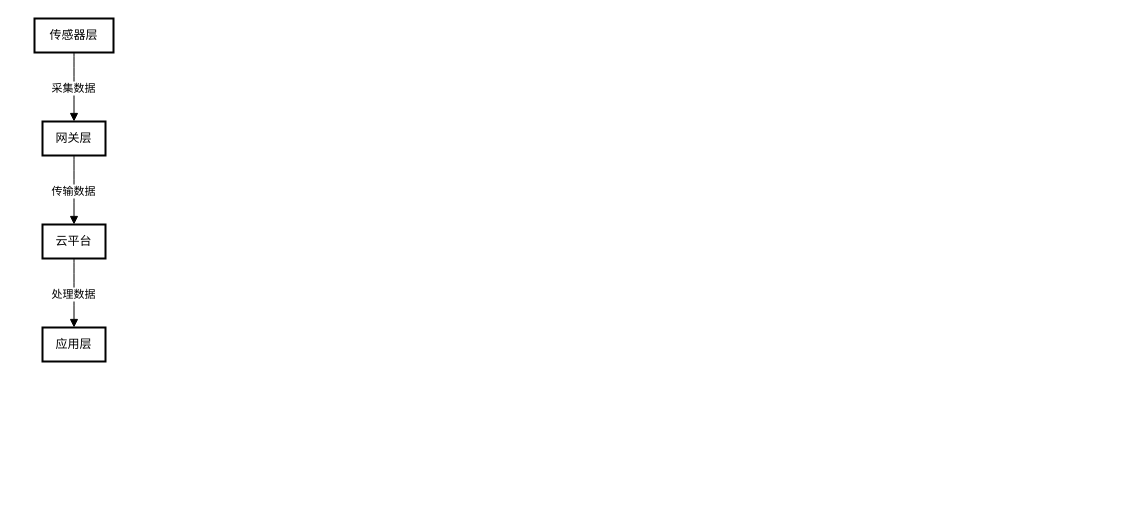
The draw.io diagram IOT分层架构.drawio in Rain-ziyu/img, before the edit. Source tidied: cells renumbered, new cells numbered last; positions are measured from the earlier drawing's top-left corner, leaving out a move shared by most shapes. Both pictures are drawn from the tidied source at 100%, with x=0, y=0 at pixel (34, 18).
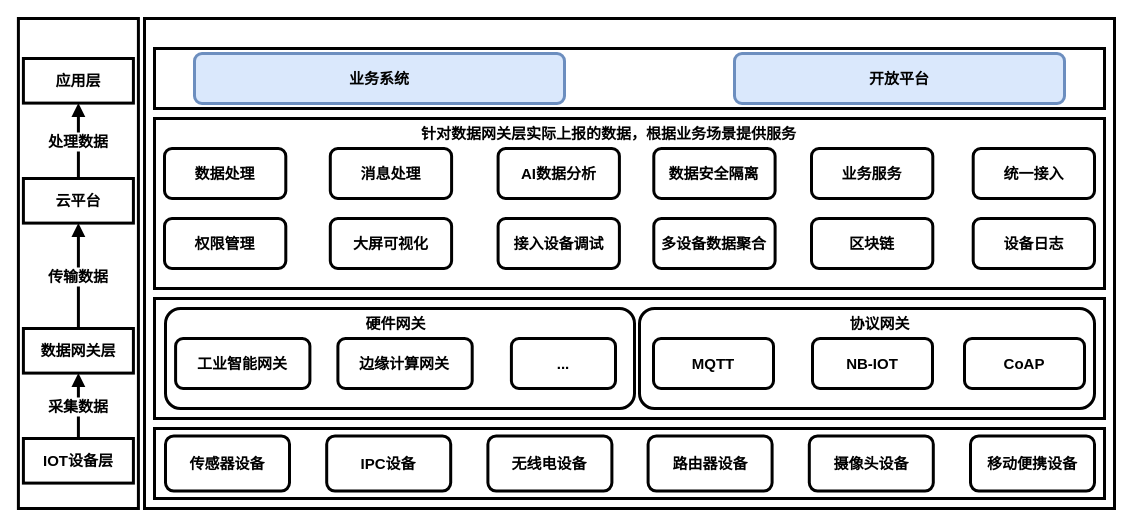
Above is the later version.

Commit message:
更新IOT分层架构.drawio

The edit, as a diff of the source:
```diff
@@
+    <mxCell id="9" style="rounded=0;whiteSpace=wrap;html=1;fontSize=15;fontStyle=1;strokeWidth=3;" parent="1" vertex="1">
+      <mxGeometry x="110" width="970" height="490" as="geometry" />
+    </mxCell>
+    <mxCell id="10" style="group;fontSize=15;fontStyle=1;strokeWidth=3;" parent="1" vertex="1">
+      <mxGeometry x="-16.1" width="120" height="490" as="geometry" />
+    </mxCell>
+    <mxCell id="11" style="rounded=0;whiteSpace=wrap;html=1;fontSize=15;fontStyle=1;strokeWidth=3;" parent="10" vertex="1">
+      <mxGeometry width="120" height="490" as="geometry" />
+    </mxCell>
-    <mxCell id="2" value="传感器层" style="whiteSpace=wrap;strokeWidth=2;" parent="1" vertex="1">
-      <mxGeometry width="79" height="34" as="geometry" />
+    <mxCell id="2" value="IOT设备层" style="whiteSpace=wrap;strokeWidth=3;fontSize=15;fontStyle=1;" parent="10" vertex="1">
+      <mxGeometry x="5" y="420" width="110" height="44.6" as="geometry" />
     </mxCell>
-    <mxCell id="3" value="网关层" style="whiteSpace=wrap;strokeWidth=2;" parent="1" vertex="1">
-      <mxGeometry x="8" y="103" width="63" height="34" as="geometry" />
+    <mxCell id="3" value="数据网关层" style="whiteSpace=wrap;strokeWidth=3;fontSize=15;fontStyle=1;" parent="10" vertex="1">
+      <mxGeometry x="5" y="310" width="110" height="44.6" as="geometry" />
     </mxCell>
-    <mxCell id="4" value="云平台" style="whiteSpace=wrap;strokeWidth=2;" parent="1" vertex="1">
-      <mxGeometry x="8" y="206" width="63" height="34" as="geometry" />
+    <mxCell id="4" value="云平台" style="whiteSpace=wrap;strokeWidth=3;fontSize=15;fontStyle=1;" parent="10" vertex="1">
+      <mxGeometry x="5" y="160" width="110" height="44.6" as="geometry" />
     </mxCell>
-    <mxCell id="5" value="应用层" style="whiteSpace=wrap;strokeWidth=2;" parent="1" vertex="1">
-      <mxGeometry x="8" y="309" width="63" height="34" as="geometry" />
+    <mxCell id="5" value="应用层" style="whiteSpace=wrap;strokeWidth=3;fontSize=15;fontStyle=1;" parent="10" vertex="1">
+      <mxGeometry x="5" y="40" width="110" height="44.6" as="geometry" />
     </mxCell>
-    <mxCell id="6" value="采集数据" style="curved=1;startArrow=none;endArrow=block;exitX=0.5;exitY=1;entryX=0.5;entryY=0;" parent="1" edge="1" source="2" target="3">
+    <mxCell id="6" value="采集数据" style="curved=1;startArrow=none;endArrow=block;exitX=0.5;exitY=0;exitDx=0;exitDy=0;entryX=0.5;entryY=1;entryDx=0;entryDy=0;fontSize=15;fontStyle=1;strokeWidth=3;" parent="10" edge="1" source="2" target="3">
       <mxGeometry relative="1" as="geometry" />
     </mxCell>
-    <mxCell id="7" value="传输数据" style="curved=1;startArrow=none;endArrow=block;exitX=0.5;exitY=1;entryX=0.5;entryY=0;" parent="1" edge="1" source="3" target="4">
+    <mxCell id="7" value="传输数据" style="curved=1;startArrow=none;endArrow=block;entryX=0.5;entryY=1;entryDx=0;entryDy=0;exitX=0.5;exitY=0;exitDx=0;exitDy=0;fontSize=15;fontStyle=1;strokeWidth=3;" parent="10" edge="1" source="3" target="4">
       <mxGeometry relative="1" as="geometry" />
     </mxCell>
-    <mxCell id="8" value="处理数据" style="curved=1;startArrow=none;endArrow=block;exitX=0.5;exitY=1;entryX=0.5;entryY=0;" parent="1" edge="1" source="4" target="5">
+    <mxCell id="8" value="处理数据" style="curved=1;startArrow=none;endArrow=block;entryX=0.5;entryY=1;entryDx=0;entryDy=0;exitX=0.5;exitY=0;exitDx=0;exitDy=0;fontSize=15;fontStyle=1;strokeWidth=3;" parent="10" edge="1" source="4" target="5">
       <mxGeometry relative="1" as="geometry" />
     </mxCell>
+    <mxCell id="12" style="rounded=0;whiteSpace=wrap;html=1;fontSize=15;fontStyle=1;strokeWidth=3;" parent="1" vertex="1">
+      <mxGeometry x="120" y="30" width="950" height="60" as="geometry" />
+    </mxCell>
+    <mxCell id="13" style="rounded=0;whiteSpace=wrap;html=1;fontSize=15;fontStyle=1;strokeWidth=3;" parent="1" vertex="1">
+      <mxGeometry x="120" y="100" width="950" height="170" as="geometry" />
+    </mxCell>
+    <mxCell id="14" value="业务系统" style="rounded=1;whiteSpace=wrap;html=1;fillColor=#dae8fc;strokeColor=#6c8ebf;fontSize=15;fontStyle=1;strokeWidth=3;" parent="1" vertex="1">
+      <mxGeometry x="160" y="35" width="370" height="50" as="geometry" />
+    </mxCell>
+    <mxCell id="15" value="开放平台" style="rounded=1;whiteSpace=wrap;html=1;fillColor=#dae8fc;strokeColor=#6c8ebf;fontSize=15;fontStyle=1;strokeWidth=3;" parent="1" vertex="1">
+      <mxGeometry x="700" y="35" width="330" height="50" as="geometry" />
+    </mxCell>
+    <mxCell id="16" value="&lt;font style=&quot;font-size: 15px;&quot; face=&quot;Verdana&quot;&gt;&lt;span style=&quot;font-size: 15px;&quot;&gt;针对数据网关层实际上报的数据，根据业务场景提供服务&lt;/span&gt;&lt;/font&gt;" style="text;html=1;align=center;verticalAlign=middle;strokeColor=none;fillColor=none;fontFamily=Helvetica;fontSize=15;fontStyle=1;strokeWidth=3;" parent="1" vertex="1">
+      <mxGeometry x="374" y="100" width="400" height="30" as="geometry" />
+    </mxCell>
+    <mxCell id="17" style="group;fontSize=15;fontStyle=1;strokeWidth=3;" parent="1" vertex="1">
+      <mxGeometry x="130" y="130" width="930" height="50" as="geometry" />
+    </mxCell>
+    <mxCell id="18" value="数据处理" style="rounded=1;whiteSpace=wrap;html=1;fontSize=15;fontStyle=1;strokeWidth=3;" parent="17" vertex="1">
+      <mxGeometry width="121.3" height="50" as="geometry" />
+    </mxCell>
+    <mxCell id="19" value="消息处理" style="rounded=1;whiteSpace=wrap;html=1;fontSize=15;fontStyle=1;strokeWidth=3;" parent="17" vertex="1">
+      <mxGeometry x="165.8" width="121.3" height="50" as="geometry" />
+    </mxCell>
+    <mxCell id="20" value="AI数据分析" style="rounded=1;whiteSpace=wrap;html=1;fontSize=15;fontStyle=1;strokeWidth=3;" parent="17" vertex="1">
+      <mxGeometry x="333.6" width="121.3" height="50" as="geometry" />
+    </mxCell>
+    <mxCell id="21" value="数据安全隔离" style="rounded=1;whiteSpace=wrap;html=1;fontSize=15;fontStyle=1;strokeWidth=3;" parent="17" vertex="1">
+      <mxGeometry x="489.3" width="121.3" height="50" as="geometry" />
+    </mxCell>
+    <mxCell id="22" value="业务服务" style="rounded=1;whiteSpace=wrap;html=1;fontSize=15;fontStyle=1;strokeWidth=3;" parent="17" vertex="1">
+      <mxGeometry x="647" width="121.3" height="50" as="geometry" />
+    </mxCell>
+    <mxCell id="23" value="统一接入" style="rounded=1;whiteSpace=wrap;html=1;fontSize=15;fontStyle=1;strokeWidth=3;" parent="17" vertex="1">
+      <mxGeometry x="808.7" width="121.3" height="50" as="geometry" />
+    </mxCell>
+    <mxCell id="24" style="group;fontSize=15;fontStyle=1;strokeWidth=3;" parent="1" vertex="1">
+      <mxGeometry x="130" y="200" width="930" height="50" as="geometry" />
+    </mxCell>
+    <mxCell id="25" value="权限管理" style="rounded=1;whiteSpace=wrap;html=1;fontSize=15;fontStyle=1;strokeWidth=3;" parent="24" vertex="1">
+      <mxGeometry width="121.3" height="50" as="geometry" />
+    </mxCell>
+    <mxCell id="26" value="大屏可视化" style="rounded=1;whiteSpace=wrap;html=1;fontSize=15;fontStyle=1;strokeWidth=3;" parent="24" vertex="1">
+      <mxGeometry x="165.8" width="121.3" height="50" as="geometry" />
+    </mxCell>
+    <mxCell id="27" value="接入设备调试" style="rounded=1;whiteSpace=wrap;html=1;fontSize=15;fontStyle=1;strokeWidth=3;" parent="24" vertex="1">
+      <mxGeometry x="333.6" width="121.3" height="50" as="geometry" />
+    </mxCell>
+    <mxCell id="28" value="多设备数据聚合" style="rounded=1;whiteSpace=wrap;html=1;fontSize=15;fontStyle=1;strokeWidth=3;" parent="24" vertex="1">
+      <mxGeometry x="489.3" width="121.3" height="50" as="geometry" />
+    </mxCell>
+    <mxCell id="29" value="区块链" style="rounded=1;whiteSpace=wrap;html=1;fontSize=15;fontStyle=1;strokeWidth=3;" parent="24" vertex="1">
+      <mxGeometry x="647" width="121.3" height="50" as="geometry" />
+    </mxCell>
+    <mxCell id="30" value="设备日志" style="rounded=1;whiteSpace=wrap;html=1;fontSize=15;fontStyle=1;strokeWidth=3;" parent="24" vertex="1">
+      <mxGeometry x="808.7" width="121.3" height="50" as="geometry" />
+    </mxCell>
+    <mxCell id="31" style="rounded=0;whiteSpace=wrap;html=1;fontSize=15;fontStyle=1;strokeWidth=3;" parent="1" vertex="1">
+      <mxGeometry x="120" y="280" width="950" height="120" as="geometry" />
+    </mxCell>
+    <mxCell id="32" style="rounded=0;whiteSpace=wrap;html=1;fontSize=15;fontStyle=1;strokeWidth=3;" parent="1" vertex="1">
+      <mxGeometry x="120" y="410" width="950" height="70" as="geometry" />
+    </mxCell>
+    <mxCell id="33" style="group;fontSize=15;fontStyle=1;strokeWidth=3;" parent="1" vertex="1">
+      <mxGeometry x="131" y="417.5" width="929" height="55" as="geometry" />
+    </mxCell>
+    <mxCell id="34" value="传感器设备" style="rounded=1;whiteSpace=wrap;html=1;fontSize=15;fontStyle=1;strokeWidth=3;" parent="33" vertex="1">
+      <mxGeometry width="124" height="55" as="geometry" />
+    </mxCell>
+    <mxCell id="35" value="IPC设备" style="rounded=1;whiteSpace=wrap;html=1;fontSize=15;fontStyle=1;strokeWidth=3;" parent="33" vertex="1">
+      <mxGeometry x="161.2" width="124" height="55" as="geometry" />
+    </mxCell>
+    <mxCell id="36" value="无线电设备" style="rounded=1;whiteSpace=wrap;html=1;fontSize=15;fontStyle=1;strokeWidth=3;" parent="33" vertex="1">
+      <mxGeometry x="322.4" width="124" height="55" as="geometry" />
+    </mxCell>
+    <mxCell id="37" value="路由器设备" style="rounded=1;whiteSpace=wrap;html=1;fontSize=15;fontStyle=1;strokeWidth=3;" parent="33" vertex="1">
+      <mxGeometry x="482.6" width="124" height="55" as="geometry" />
+    </mxCell>
+    <mxCell id="38" value="摄像头设备" style="rounded=1;whiteSpace=wrap;html=1;fontSize=15;fontStyle=1;strokeWidth=3;" parent="33" vertex="1">
+      <mxGeometry x="643.8" width="124" height="55" as="geometry" />
+    </mxCell>
+    <mxCell id="39" value="移动便携设备" style="rounded=1;whiteSpace=wrap;html=1;fontSize=15;fontStyle=1;strokeWidth=3;" parent="33" vertex="1">
+      <mxGeometry x="805" width="124" height="55" as="geometry" />
+    </mxCell>
+    <mxCell id="40" style="group;" parent="1" vertex="1">
+      <mxGeometry x="605" y="290" width="455" height="100" as="geometry" />
+    </mxCell>
+    <mxCell id="41" style="rounded=1;whiteSpace=wrap;html=1;fontSize=15;fontStyle=1;strokeWidth=3;" parent="40" vertex="1">
+      <mxGeometry width="455" height="100" as="geometry" />
+    </mxCell>
+    <mxCell id="42" value="协议网关" style="text;html=1;align=center;verticalAlign=middle;strokeColor=none;fillColor=none;fontSize=15;fontStyle=1;strokeWidth=3;" parent="40" vertex="1">
+      <mxGeometry x="200" width="80" height="30" as="geometry" />
+    </mxCell>
+    <mxCell id="43" value="MQTT" style="rounded=1;whiteSpace=wrap;html=1;fontSize=15;fontStyle=1;strokeWidth=3;" parent="40" vertex="1">
+      <mxGeometry x="14" y="30" width="120" height="50" as="geometry" />
+    </mxCell>
+    <mxCell id="44" value="NB-IOT" style="rounded=1;whiteSpace=wrap;html=1;fontSize=15;fontStyle=1;strokeWidth=3;" parent="40" vertex="1">
+      <mxGeometry x="173" y="30" width="120" height="50" as="geometry" />
+    </mxCell>
+    <mxCell id="45" value="CoAP" style="rounded=1;whiteSpace=wrap;html=1;fontSize=15;fontStyle=1;strokeWidth=3;" parent="40" vertex="1">
+      <mxGeometry x="325" y="30" width="120" height="50" as="geometry" />
+    </mxCell>
+    <mxCell id="46" style="group;" parent="1" vertex="1">
+      <mxGeometry x="131" y="290" width="469" height="100" as="geometry" />
+    </mxCell>
+    <mxCell id="47" style="rounded=1;whiteSpace=wrap;html=1;fontSize=15;fontStyle=1;strokeWidth=3;" parent="46" vertex="1">
+      <mxGeometry width="469" height="100" as="geometry" />
+    </mxCell>
+    <mxCell id="48" value="硬件网关" style="text;html=1;align=center;verticalAlign=middle;strokeColor=none;fillColor=none;fontSize=15;fontStyle=1;strokeWidth=3;" parent="46" vertex="1">
+      <mxGeometry x="189.7" width="80" height="30" as="geometry" />
+    </mxCell>
+    <mxCell id="49" value="工业智能网关" style="rounded=1;whiteSpace=wrap;html=1;fontSize=15;fontStyle=1;strokeWidth=3;" parent="46" vertex="1">
+      <mxGeometry x="10.1" y="30" width="134.3" height="50" as="geometry" />
+    </mxCell>
+    <mxCell id="50" value="边缘计算网关" style="rounded=1;whiteSpace=wrap;html=1;fontSize=15;fontStyle=1;strokeWidth=3;" parent="46" vertex="1">
+      <mxGeometry x="172.4" y="30" width="134.3" height="50" as="geometry" />
+    </mxCell>
+    <mxCell id="51" value="..." style="rounded=1;whiteSpace=wrap;html=1;fontSize=15;fontStyle=1;strokeWidth=3;" parent="46" vertex="1">
+      <mxGeometry x="345.9" y="30" width="104.1" height="50" as="geometry" />
+    </mxCell>
```
